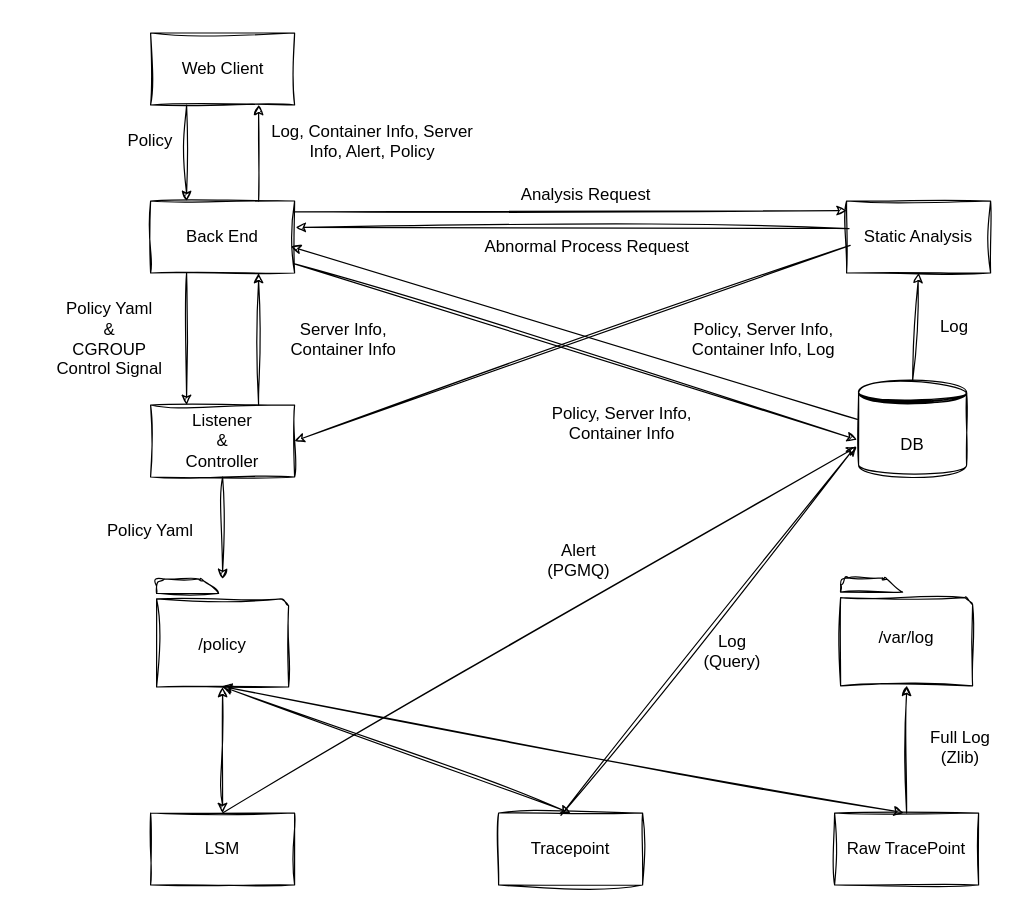
bob-yamong/drawio keeps this draw.io diagram as page "페이지-2" (2 of 2) of yamong/yamong.drawio. Above is the earlier version. Source tidied: cells renumbered, new cells numbered last; positions are measured from the earlier drawing's top-left corner, leaving out a move shared by most shapes. Both pictures are drawn from the tidied source at 120%, with x=0, y=0 at pixel (20, 32).
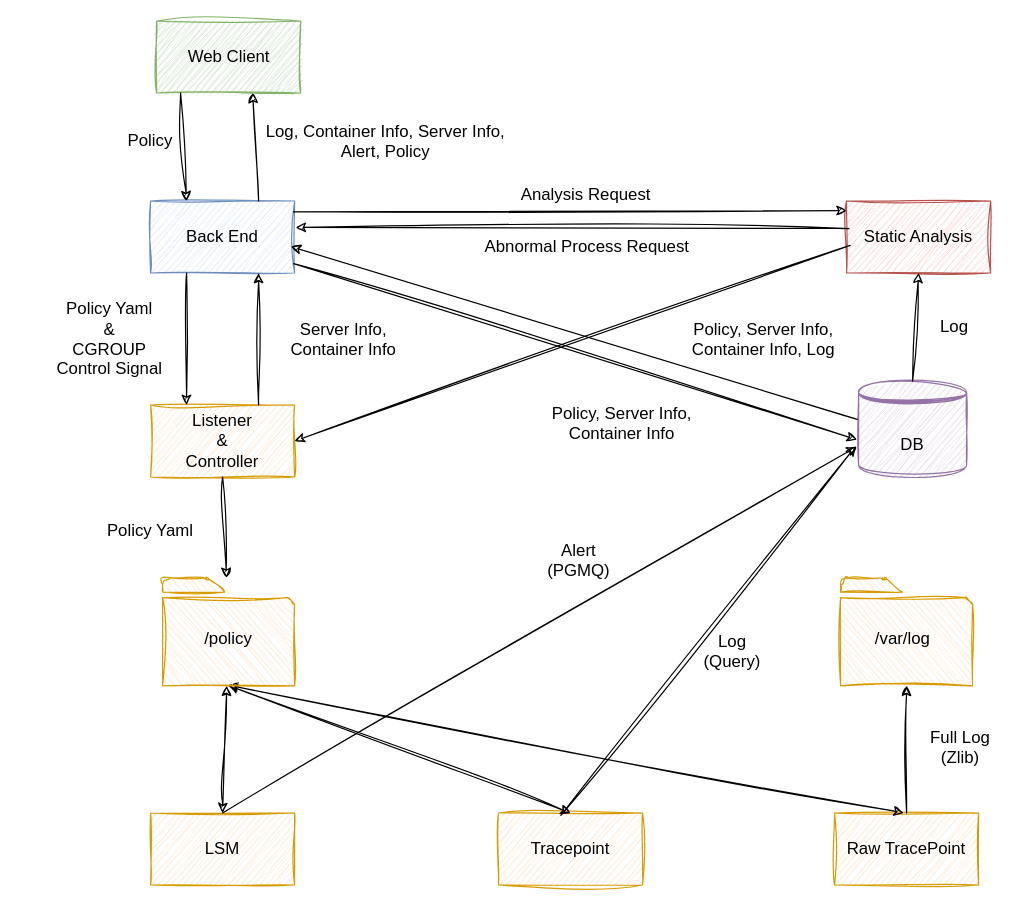
After the change.

The edit, as a diff of the source:
```diff
@@
-    <mxCell id="2" style="group;sketch=1;curveFitting=1;jiggle=2;fontSize=14;" parent="1" vertex="1">
-      <mxGeometry x="108" width="120" height="60" as="geometry" />
+    <mxCell id="2" style="group;sketch=1;curveFitting=1;jiggle=2;fontSize=14;fillColor=#d5e8d4;strokeColor=#82b366;fillStyle=zigzag;" parent="1" vertex="1">
+      <mxGeometry x="113" y="-10" width="120" height="60" as="geometry" />
     </mxCell>
-    <mxCell id="3" style="rounded=0;whiteSpace=wrap;html=1;sketch=1;curveFitting=1;jiggle=2;fontSize=14;" parent="2" vertex="1">
-      <mxGeometry width="120" height="60" as="geometry" />
-    </mxCell>
-    <mxCell id="4" value="Web Client" style="text;html=1;align=center;verticalAlign=middle;strokeColor=none;fillColor=none;sketch=1;curveFitting=1;jiggle=2;fontSize=14;" parent="2" vertex="1">
-      <mxGeometry x="15" y="15" width="90" height="30" as="geometry" />
-    </mxCell>
-    <mxCell id="5" value="Back End" style="whiteSpace=wrap;html=1;sketch=1;curveFitting=1;jiggle=2;fontSize=14;" parent="1" vertex="1">
+    <mxCell id="5" value="Back End" style="whiteSpace=wrap;html=1;sketch=1;curveFitting=1;jiggle=2;fontSize=14;fillColor=#dae8fc;strokeColor=#6c8ebf;" parent="1" vertex="1">
       <mxGeometry x="108" y="140" width="120" height="60" as="geometry" />
     </mxCell>
-    <mxCell id="6" value="Listener&lt;br style=&quot;font-size: 14px;&quot;&gt;&amp;amp;&lt;br style=&quot;font-size: 14px;&quot;&gt;Controller" style="whiteSpace=wrap;html=1;sketch=1;curveFitting=1;jiggle=2;fontSize=14;" parent="1" vertex="1">
+    <mxCell id="6" value="Listener&lt;br style=&quot;font-size: 14px;&quot;&gt;&amp;amp;&lt;br style=&quot;font-size: 14px;&quot;&gt;Controller" style="whiteSpace=wrap;html=1;sketch=1;curveFitting=1;jiggle=2;fontSize=14;fillColor=#ffe6cc;strokeColor=#d79b00;" parent="1" vertex="1">
       <mxGeometry x="108" y="310" width="120" height="60" as="geometry" />
     </mxCell>
-    <mxCell id="7" value="DB" style="shape=datastore;whiteSpace=wrap;html=1;sketch=1;curveFitting=1;jiggle=2;fontSize=14;" parent="1" vertex="1">
+    <mxCell id="7" value="DB" style="shape=datastore;whiteSpace=wrap;html=1;sketch=1;curveFitting=1;jiggle=2;fontSize=14;fillColor=#e1d5e7;strokeColor=#9673a6;" parent="1" vertex="1">
       <mxGeometry x="698" y="290" width="90" height="80" as="geometry" />
     </mxCell>
-    <mxCell id="8" value="LSM" style="whiteSpace=wrap;html=1;sketch=1;curveFitting=1;jiggle=2;fontSize=14;" parent="1" vertex="1">
+    <mxCell id="8" value="LSM" style="whiteSpace=wrap;html=1;sketch=1;curveFitting=1;jiggle=2;fontSize=14;fillColor=#ffe6cc;strokeColor=#d79b00;" parent="1" vertex="1">
       <mxGeometry x="108" y="650" width="120" height="60" as="geometry" />
     </mxCell>
-    <mxCell id="9" value="Tracepoint" style="whiteSpace=wrap;html=1;sketch=1;curveFitting=1;jiggle=2;fontSize=14;" parent="1" vertex="1">
+    <mxCell id="9" value="Tracepoint" style="whiteSpace=wrap;html=1;sketch=1;curveFitting=1;jiggle=2;fontSize=14;fillColor=#ffe6cc;strokeColor=#d79b00;" parent="1" vertex="1">
       <mxGeometry x="398" y="650" width="120" height="60" as="geometry" />
     </mxCell>
-    <mxCell id="10" value="Raw TracePoint" style="whiteSpace=wrap;html=1;sketch=1;curveFitting=1;jiggle=2;fontSize=14;" parent="1" vertex="1">
+    <mxCell id="10" value="Raw TracePoint" style="whiteSpace=wrap;html=1;sketch=1;curveFitting=1;jiggle=2;fontSize=14;fillColor=#ffe6cc;strokeColor=#d79b00;" parent="1" vertex="1">
       <mxGeometry x="678" y="650" width="120" height="60" as="geometry" />
     </mxCell>
-    <mxCell id="11" value="Static Analysis" style="whiteSpace=wrap;html=1;sketch=1;curveFitting=1;jiggle=2;fontSize=14;" parent="1" vertex="1">
+    <mxCell id="11" value="Static Analysis" style="whiteSpace=wrap;html=1;sketch=1;curveFitting=1;jiggle=2;fontSize=14;fillColor=#f8cecc;strokeColor=#b85450;" parent="1" vertex="1">
       <mxGeometry x="688" y="140" width="120" height="60" as="geometry" />
     </mxCell>
@@
-    <mxCell id="24" style="endArrow=classic;html=1;rounded=0;sketch=1;curveFitting=1;jiggle=2;fontSize=14;entryX=0.75;entryY=1;entryDx=0;entryDy=0;exitX=0.75;exitY=0;exitDx=0;exitDy=0;" parent="1" edge="1" source="5" target="3">
-      <mxGeometry relative="1" as="geometry" />
+    <mxCell id="24" style="endArrow=classic;html=1;rounded=0;sketch=1;curveFitting=1;jiggle=2;fontSize=14;entryX=0.75;entryY=1;entryDx=0;entryDy=0;exitX=0.75;exitY=0;exitDx=0;exitDy=0;" parent="1" edge="1" source="5">
+      <mxGeometry relative="1" as="geometry">
+        <mxPoint x="193" y="50" as="targetPoint" />
+      </mxGeometry>
     </mxCell>
-    <mxCell id="25" style="endArrow=classic;html=1;rounded=0;sketch=1;curveFitting=1;jiggle=2;fontSize=14;entryX=0.25;entryY=0;entryDx=0;entryDy=0;exitX=0.25;exitY=1;exitDx=0;exitDy=0;" parent="1" edge="1" source="3" target="5">
-      <mxGeometry relative="1" as="geometry" />
+    <mxCell id="25" style="endArrow=classic;html=1;rounded=0;sketch=1;curveFitting=1;jiggle=2;fontSize=14;entryX=0.25;entryY=0;entryDx=0;entryDy=0;exitX=0.25;exitY=1;exitDx=0;exitDy=0;" parent="1" edge="1" target="5">
+      <mxGeometry relative="1" as="geometry">
+        <mxPoint x="133" y="50" as="sourcePoint" />
+      </mxGeometry>
     </mxCell>
-    <mxCell id="26" style="group;fontSize=14;sketch=1;curveFitting=1;jiggle=2;" parent="1" vertex="1">
-      <mxGeometry x="683" y="454" width="110" height="90" as="geometry" />
-    </mxCell>
-    <mxCell id="27" style="sketch=1;shadow=0;dashed=0;html=1;labelPosition=center;verticalLabelPosition=bottom;verticalAlign=top;outlineConnect=0;align=center;shape=mxgraph.office.concepts.folder;flipH=1;curveFitting=1;jiggle=2;fontSize=14;" parent="26" vertex="1">
-      <mxGeometry width="110" height="90" as="geometry" />
-    </mxCell>
-    <mxCell id="28" value="/var/log" style="text;html=1;align=center;verticalAlign=middle;whiteSpace=wrap;rounded=0;fontSize=14;sketch=1;curveFitting=1;jiggle=2;" parent="26" vertex="1">
-      <mxGeometry x="25" y="35" width="60" height="30" as="geometry" />
-    </mxCell>
-    <mxCell id="29" style="group;fontSize=14;sketch=1;curveFitting=1;jiggle=2;" parent="1" vertex="1">
-      <mxGeometry x="113" y="455" width="110" height="90" as="geometry" />
-    </mxCell>
-    <mxCell id="30" style="sketch=1;shadow=0;dashed=0;html=1;labelPosition=center;verticalLabelPosition=bottom;verticalAlign=top;outlineConnect=0;align=center;shape=mxgraph.office.concepts.folder;flipH=1;curveFitting=1;jiggle=2;fontSize=14;" parent="29" vertex="1">
-      <mxGeometry width="110" height="90" as="geometry" />
-    </mxCell>
-    <mxCell id="31" value="/policy" style="text;html=1;align=center;verticalAlign=middle;whiteSpace=wrap;rounded=0;fontSize=14;sketch=1;curveFitting=1;jiggle=2;" parent="29" vertex="1">
-      <mxGeometry x="25" y="40" width="60" height="30" as="geometry" />
-    </mxCell>
@@
     <mxCell id="33" value="Log, Container Info, Server Info, Alert, Policy" style="text;html=1;align=center;verticalAlign=middle;whiteSpace=wrap;rounded=0;sketch=1;curveFitting=1;jiggle=2;fontSize=14;" parent="1" vertex="1">
-      <mxGeometry x="198" y="70" width="190" height="40" as="geometry" />
+      <mxGeometry x="198" y="70" width="212" height="40" as="geometry" />
     </mxCell>
@@
+    <mxCell id="4" value="Web Client" style="text;html=1;align=center;verticalAlign=middle;strokeColor=none;fillColor=none;sketch=1;curveFitting=1;jiggle=2;fontSize=14;" parent="1" vertex="1">
+      <mxGeometry x="128" y="5" width="90" height="30" as="geometry" />
+    </mxCell>
+    <mxCell id="48" style="group;" parent="1" vertex="1">
+      <mxGeometry x="683" y="454" width="110" height="90" as="geometry" />
+    </mxCell>
+    <mxCell id="27" style="sketch=1;shadow=0;dashed=0;html=1;labelPosition=center;verticalLabelPosition=bottom;verticalAlign=top;outlineConnect=0;align=center;shape=mxgraph.office.concepts.folder;flipH=1;curveFitting=1;jiggle=2;fontSize=14;fillColor=#ffe6cc;strokeColor=#d79b00;" parent="48" vertex="1">
+      <mxGeometry width="110" height="90" as="geometry" />
+    </mxCell>
+    <mxCell id="28" value="/var/log" style="text;html=1;align=center;verticalAlign=middle;whiteSpace=wrap;rounded=0;fontSize=14;sketch=1;curveFitting=1;jiggle=2;" parent="48" vertex="1">
+      <mxGeometry x="22" y="36" width="60" height="30" as="geometry" />
+    </mxCell>
+    <mxCell id="49" style="group;" parent="1" vertex="1">
+      <mxGeometry x="118" y="454" width="110" height="90" as="geometry" />
+    </mxCell>
+    <mxCell id="30" style="sketch=1;shadow=0;dashed=0;html=1;labelPosition=center;verticalLabelPosition=bottom;verticalAlign=top;outlineConnect=0;align=center;shape=mxgraph.office.concepts.folder;flipH=1;curveFitting=1;jiggle=2;fontSize=14;fillColor=#ffe6cc;strokeColor=#d79b00;" parent="49" vertex="1">
+      <mxGeometry width="110" height="90" as="geometry" />
+    </mxCell>
+    <mxCell id="31" value="/policy" style="text;html=1;align=center;verticalAlign=middle;whiteSpace=wrap;rounded=0;fontSize=14;sketch=1;curveFitting=1;jiggle=2;" parent="49" vertex="1">
+      <mxGeometry x="25" y="36" width="60" height="30" as="geometry" />
+    </mxCell>
```
